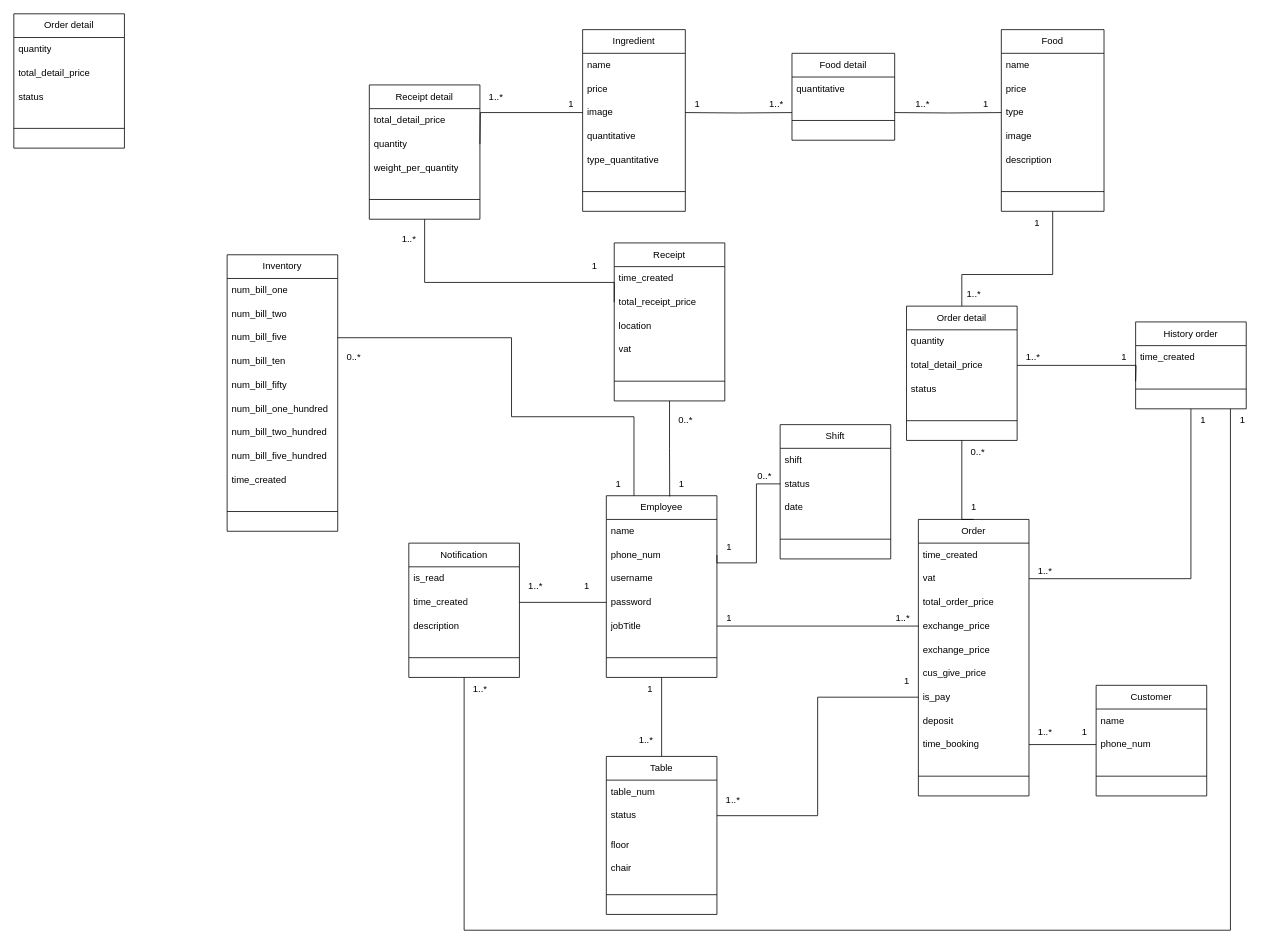
This is class-diagram.drawio from MaiNhatHoangY2001/HLFood, a draw.io file, before an edit. Source tidied: cells renumbered, new cells numbered last; positions are measured from the earlier drawing's top-left corner, leaving out a move shared by most shapes. Both pictures are drawn from the tidied source at 79%, with x=0, y=0 at pixel (13, 13).
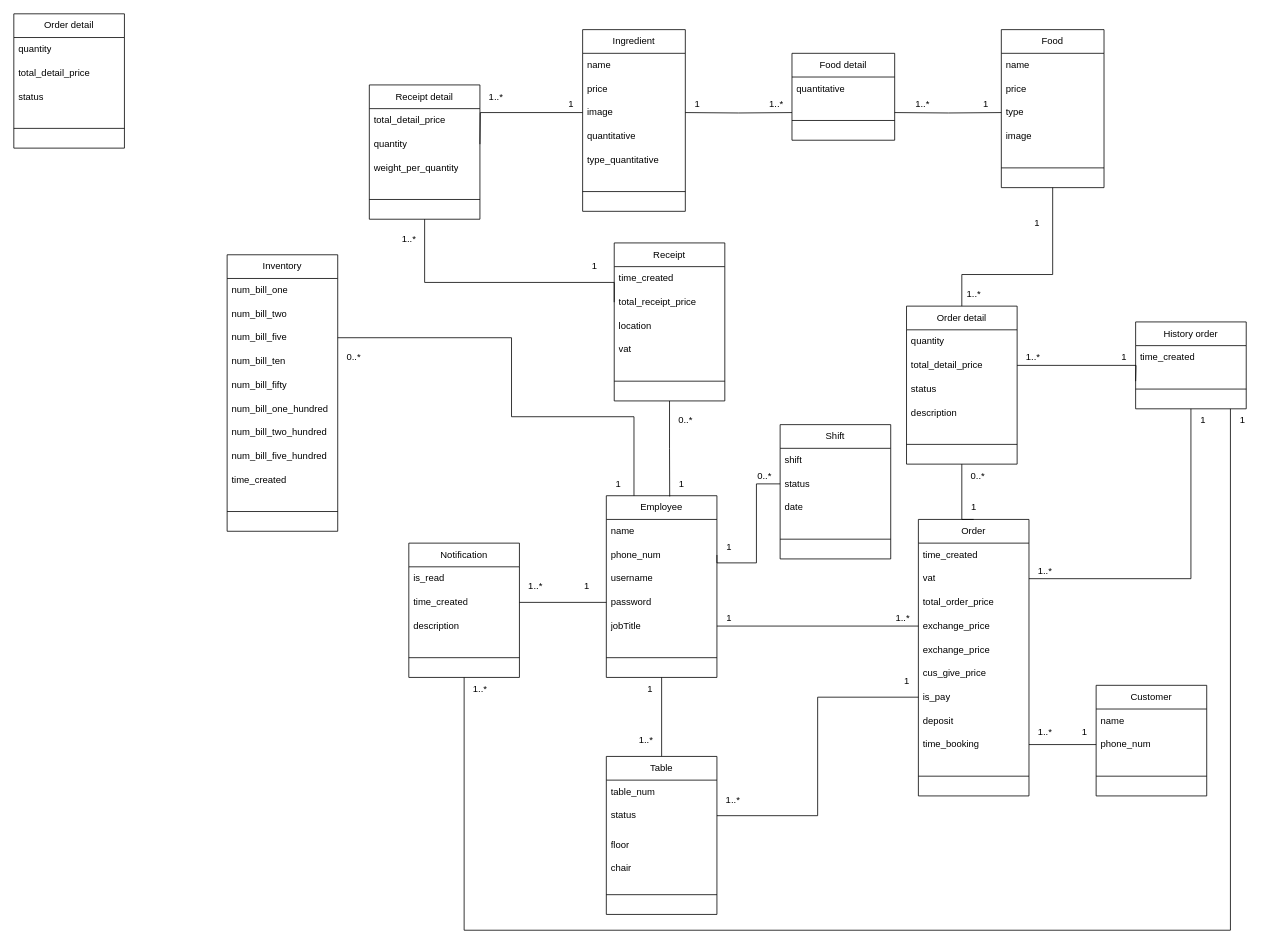
The same page after the edit.

Commit message:
Cập nhật class-diagram.drawio

What changed in the source:
```diff
@@
     <mxCell id="9" value="Food" style="swimlane;fontStyle=0;horizontal=1;startSize=30;whiteSpace=wrap;html=1;" parent="1" vertex="1">
-      <mxGeometry x="1250" y="20" width="130" height="230" as="geometry" />
+      <mxGeometry x="1250" y="20" width="130" height="200" as="geometry" />
     </mxCell>
@@
-    <mxCell id="14" value="description" style="text;strokeColor=none;fillColor=none;align=left;verticalAlign=middle;spacingLeft=4;spacingRight=4;overflow=hidden;whiteSpace=wrap;html=1;" parent="9" vertex="1">
-      <mxGeometry y="150" width="130" height="30" as="geometry" />
-    </mxCell>
     <mxCell id="15" style="line;html=1;strokeWidth=1;align=left;verticalAlign=middle;spacingTop=-1;spacingLeft=3;spacingRight=3;labelPosition=right;" parent="9" vertex="1">
-      <mxGeometry y="180" width="130" height="50" as="geometry" />
+      <mxGeometry y="150" width="130" height="50" as="geometry" />
     </mxCell>
@@
     <mxCell id="27" value="Order detail" style="swimlane;fontStyle=0;horizontal=1;startSize=30;whiteSpace=wrap;html=1;" parent="1" vertex="1">
-      <mxGeometry x="1130" y="370" width="140" height="170" as="geometry" />
+      <mxGeometry x="1130" y="370" width="140" height="200" as="geometry" />
     </mxCell>
@@
+    <mxCell id="14" value="description" style="text;strokeColor=none;fillColor=none;align=left;verticalAlign=middle;spacingLeft=4;spacingRight=4;overflow=hidden;whiteSpace=wrap;html=1;" parent="27" vertex="1">
+      <mxGeometry y="120" width="140" height="30" as="geometry" />
+    </mxCell>
     <mxCell id="31" style="line;html=1;strokeWidth=1;align=left;verticalAlign=middle;spacingTop=-1;spacingLeft=3;spacingRight=3;labelPosition=right;" parent="27" vertex="1">
-      <mxGeometry y="120" width="140" height="50" as="geometry" />
+      <mxGeometry y="150" width="140" height="50" as="geometry" />
     </mxCell>
@@
     <mxCell id="41" value="0..*" style="text;html=1;align=center;verticalAlign=middle;strokeColor=none;fillColor=none;" parent="1" vertex="1">
-      <mxGeometry x="1200" y="540" width="40" height="30" as="geometry" />
+      <mxGeometry x="1200" y="570" width="40" height="30" as="geometry" />
     </mxCell>
```
